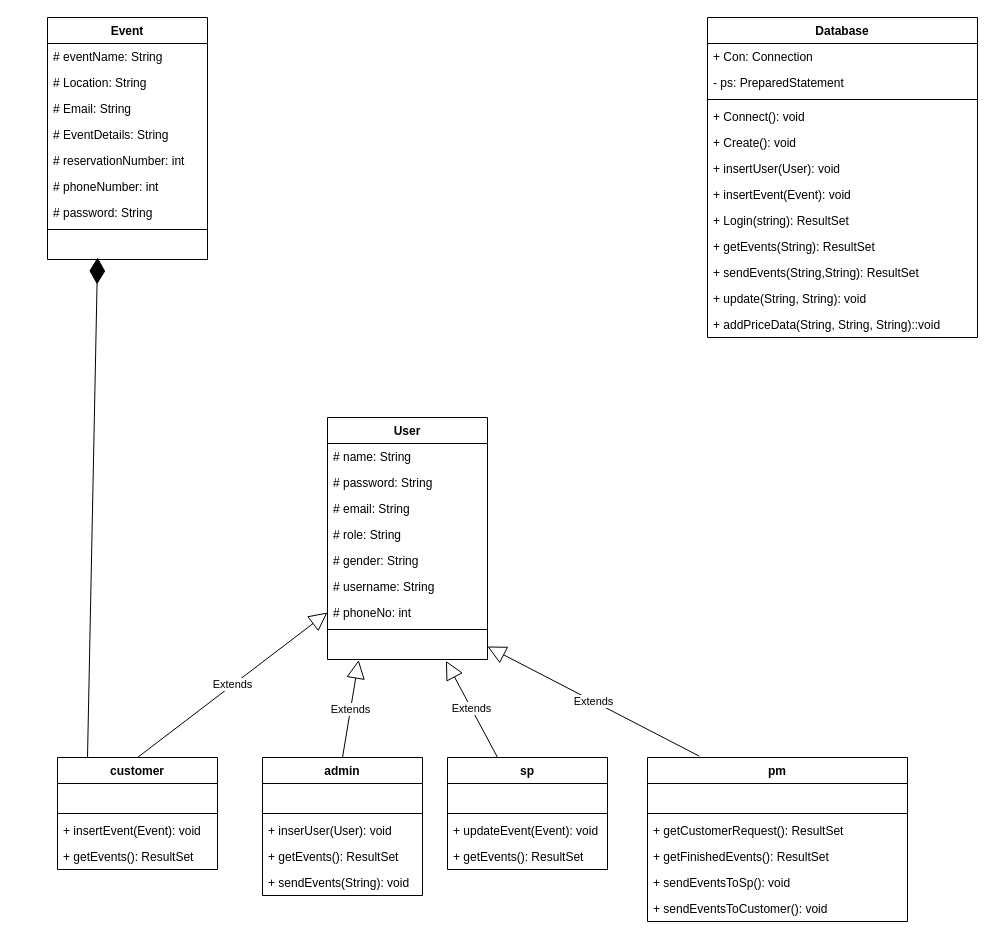
The draw.io diagram page "Class Diagram" (1 of 5) of Event Managment System Diagrams.drawio in ikha496/Event-Management-System, before the edit. Source tidied: cells renumbered, new cells numbered last; positions are measured from the earlier drawing's top-left corner, leaving out a move shared by most shapes. Both pictures are drawn from the tidied source at 100%, with x=0, y=0 at pixel (47, 17).
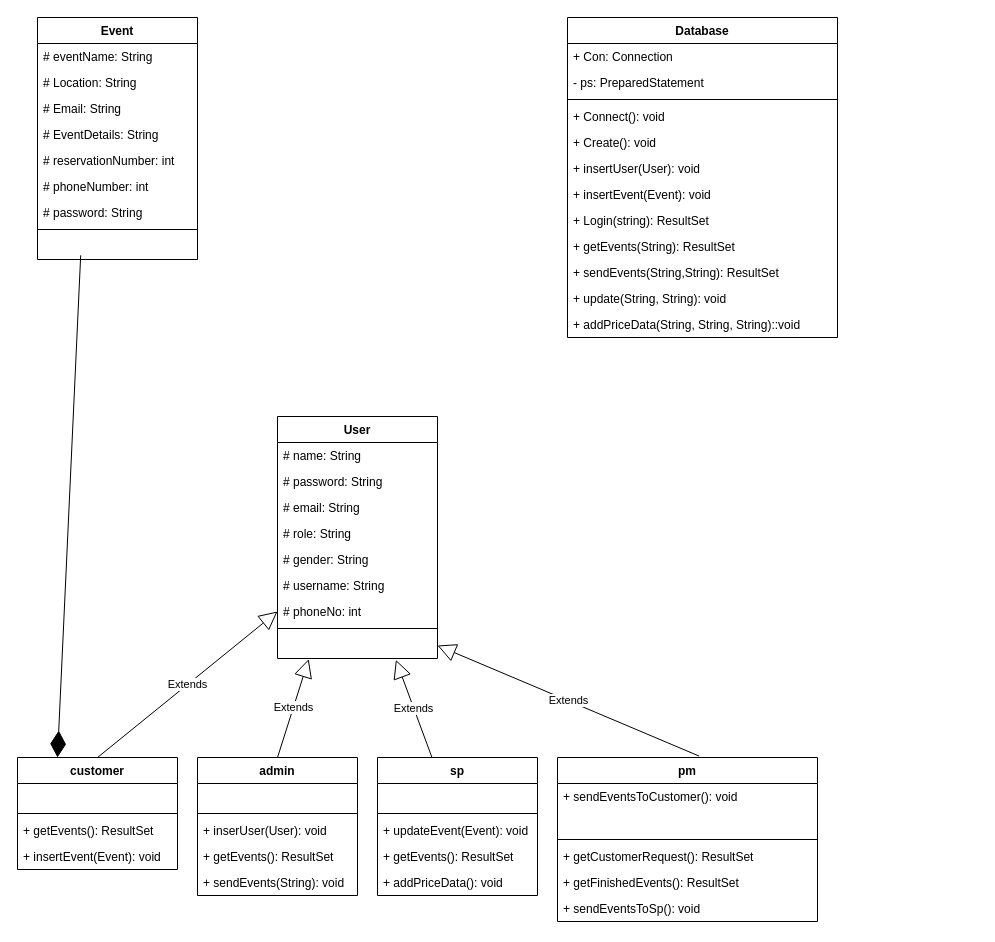
The same page after the edit.

Unchanged cells that the change refers to:
```xml
<mxCell id="11" value=" " style="text;strokeColor=none;fillColor=none;align=left;verticalAlign=top;spacingLeft=4;spacingRight=4;overflow=hidden;points=[[0,0.5],[1,0.5]];portConstraint=eastwest;" parent="2" vertex="1">
  <mxGeometry y="216" width="160" height="26" as="geometry" />
</mxCell>
```

Diff of the diagram source:
```diff
@@
     <mxCell id="2" value="Event" style="swimlane;fontStyle=1;align=center;verticalAlign=top;horizontal=1;startSize=26;" parent="1" vertex="1">
-      <mxGeometry width="160" height="242" as="geometry" />
+      <mxGeometry x="-10" width="160" height="242" as="geometry" />
     </mxCell>
@@
     <mxCell id="12" value="Database" style="swimlane;fontStyle=1;align=center;verticalAlign=top;horizontal=1;startSize=26;" parent="1" vertex="1">
-      <mxGeometry x="660" width="270" height="320" as="geometry" />
+      <mxGeometry x="520" width="270" height="320" as="geometry" />
     </mxCell>
@@
     <mxCell id="25" value="User" style="swimlane;fontStyle=1;align=center;verticalAlign=top;horizontal=1;startSize=26;" parent="1" vertex="1">
-      <mxGeometry x="280" y="400" width="160" height="242" as="geometry" />
+      <mxGeometry x="230" y="399" width="160" height="242" as="geometry" />
     </mxCell>
@@
     <mxCell id="36" value="admin" style="swimlane;fontStyle=1;align=center;verticalAlign=top;horizontal=1;startSize=26;" parent="1" vertex="1">
-      <mxGeometry x="215" y="740" width="160" height="138" as="geometry" />
+      <mxGeometry x="150" y="740" width="160" height="138" as="geometry" />
     </mxCell>
@@
     <mxCell id="42" value="customer" style="swimlane;fontStyle=1;align=center;verticalAlign=top;horizontal=1;startSize=26;" parent="1" vertex="1">
-      <mxGeometry x="10" y="740" width="160" height="112" as="geometry" />
+      <mxGeometry x="-30" y="740" width="160" height="112" as="geometry" />
     </mxCell>
@@
+    <mxCell id="46" value="+ getEvents(): ResultSet" style="text;strokeColor=none;fillColor=none;align=left;verticalAlign=top;spacingLeft=4;spacingRight=4;overflow=hidden;" parent="42" vertex="1">
+      <mxGeometry y="60" width="160" height="26" as="geometry" />
+    </mxCell>
     <mxCell id="45" value="+ insertEvent(Event): void" style="text;strokeColor=none;fillColor=none;align=left;verticalAlign=top;spacingLeft=4;spacingRight=4;overflow=hidden;" parent="42" vertex="1">
-      <mxGeometry y="60" width="160" height="26" as="geometry" />
+      <mxGeometry y="86" width="160" height="26" as="geometry" />
     </mxCell>
-    <mxCell id="46" value="+ getEvents(): ResultSet" style="text;strokeColor=none;fillColor=none;align=left;verticalAlign=top;spacingLeft=4;spacingRight=4;overflow=hidden;" parent="42" vertex="1">
-      <mxGeometry y="86" width="160" height="26" as="geometry" />
-    </mxCell>
@@
     <mxCell id="48" value="sp" style="swimlane;fontStyle=1;align=center;verticalAlign=top;horizontal=1;startSize=26;" parent="1" vertex="1">
-      <mxGeometry x="400" y="740" width="160" height="112" as="geometry" />
+      <mxGeometry x="330" y="740" width="160" height="138" as="geometry" />
     </mxCell>
@@
+    <mxCell id="63" value="+ addPriceData(): void" style="text;strokeColor=none;fillColor=none;align=left;verticalAlign=top;spacingLeft=4;spacingRight=4;overflow=hidden;" parent="48" vertex="1">
+      <mxGeometry y="112" width="160" height="26" as="geometry" />
+    </mxCell>
@@
     <mxCell id="54" value="pm" style="swimlane;fontStyle=1;align=center;verticalAlign=top;horizontal=1;startSize=26;" parent="1" vertex="1">
-      <mxGeometry x="600" y="740" width="260" height="164" as="geometry" />
+      <mxGeometry x="510" y="740" width="260" height="164" as="geometry" />
     </mxCell>
+    <mxCell id="60" value="+ sendEventsToCustomer(): void" style="text;strokeColor=none;fillColor=none;align=left;verticalAlign=top;spacingLeft=4;spacingRight=4;overflow=hidden;" parent="54" vertex="1">
+      <mxGeometry y="26" width="260" height="26" as="geometry" />
+    </mxCell>
     <mxCell id="55" value=" " style="text;strokeColor=none;fillColor=none;align=left;verticalAlign=top;spacingLeft=4;spacingRight=4;overflow=hidden;" parent="54" vertex="1">
-      <mxGeometry y="26" width="260" height="26" as="geometry" />
+      <mxGeometry y="52" width="260" height="26" as="geometry" />
     </mxCell>
     <mxCell id="56" style="line;strokeWidth=1;fillColor=none;align=left;verticalAlign=middle;spacingTop=-1;spacingLeft=3;spacingRight=3;labelPosition=right;strokeColor=inherit;" parent="54" vertex="1">
-      <mxGeometry y="52" width="260" height="8" as="geometry" />
+      <mxGeometry y="78" width="260" height="8" as="geometry" />
     </mxCell>
     <mxCell id="57" value="+ getCustomerRequest(): ResultSet" style="text;strokeColor=none;fillColor=none;align=left;verticalAlign=top;spacingLeft=4;spacingRight=4;overflow=hidden;" parent="54" vertex="1">
-      <mxGeometry y="60" width="260" height="26" as="geometry" />
+      <mxGeometry y="86" width="260" height="26" as="geometry" />
     </mxCell>
     <mxCell id="58" value="+ getFinishedEvents(): ResultSet" style="text;strokeColor=none;fillColor=none;align=left;verticalAlign=top;spacingLeft=4;spacingRight=4;overflow=hidden;" parent="54" vertex="1">
-      <mxGeometry y="86" width="260" height="26" as="geometry" />
+      <mxGeometry y="112" width="260" height="26" as="geometry" />
     </mxCell>
     <mxCell id="59" value="+ sendEventsToSp(): void" style="text;strokeColor=none;fillColor=none;align=left;verticalAlign=top;spacingLeft=4;spacingRight=4;overflow=hidden;" parent="54" vertex="1">
-      <mxGeometry y="112" width="260" height="26" as="geometry" />
+      <mxGeometry y="138" width="260" height="26" as="geometry" />
     </mxCell>
-    <mxCell id="60" value="+ sendEventsToCustomer(): void" style="text;strokeColor=none;fillColor=none;align=left;verticalAlign=top;spacingLeft=4;spacingRight=4;overflow=hidden;" parent="54" vertex="1">
-      <mxGeometry y="138" width="260" height="26" as="geometry" />
-    </mxCell>
@@
-    <mxCell id="62" style="endArrow=diamondThin;endFill=1;endSize=24;html=1;rounded=0;entryX=0.313;entryY=0.923;entryDx=0;entryDy=0;entryPerimeter=0;" parent="1" edge="1" target="11">
-      <mxGeometry relative="1" as="geometry">
-        <mxPoint x="40" y="740" as="sourcePoint" />
-      </mxGeometry>
+    <mxCell id="62" style="endArrow=diamondThin;endFill=1;endSize=24;html=1;rounded=0;exitX=0.27;exitY=0.838;exitDx=0;exitDy=0;exitPerimeter=0;entryX=0.25;entryY=0;entryDx=0;entryDy=0;" parent="1" edge="1" source="11" target="42">
+      <mxGeometry relative="1" as="geometry" />
     </mxCell>
```
